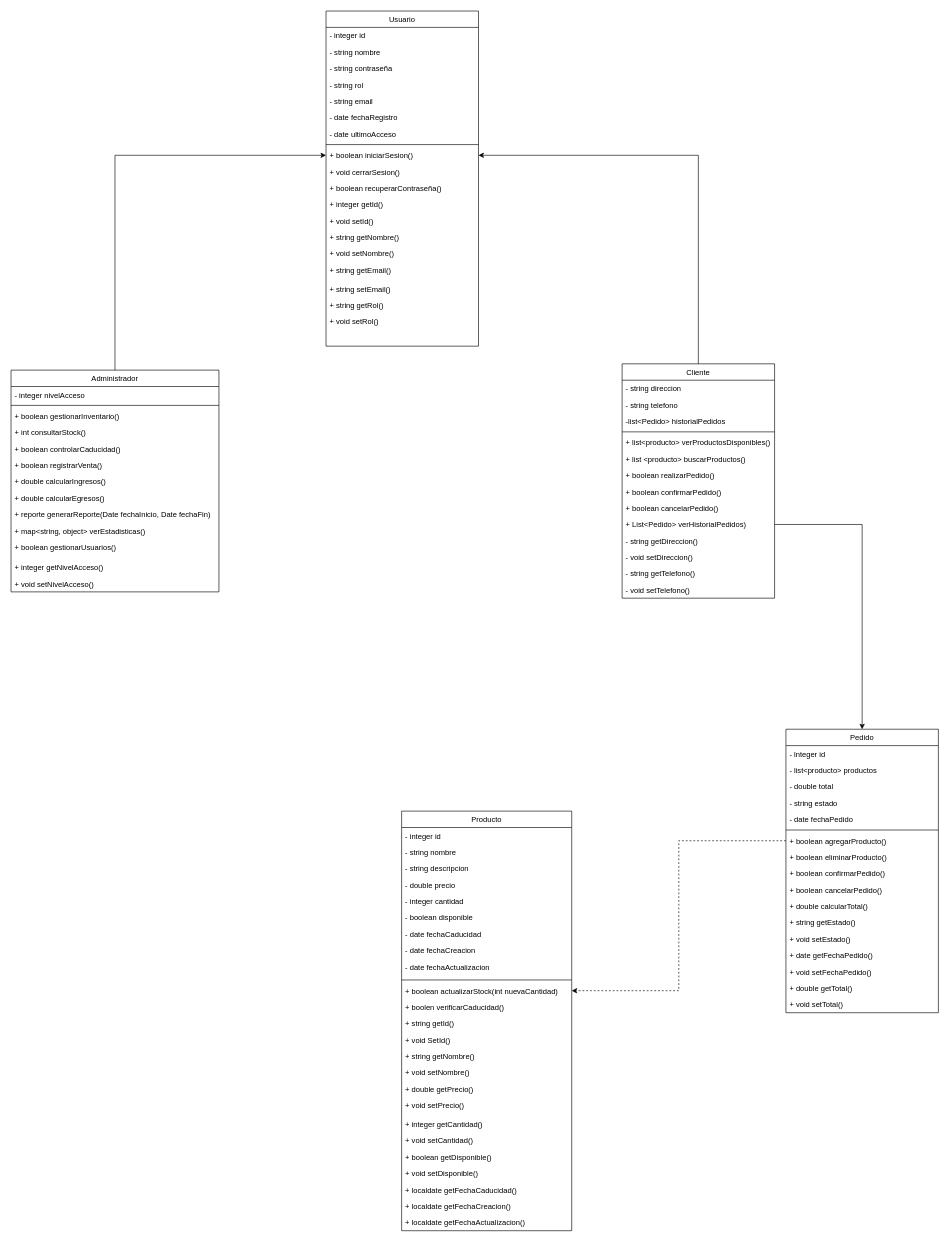
Before: UML.drawio in Ash-code12/Proyecto, a draw.io diagram. Source tidied: cells renumbered, new cells numbered last; positions are measured from the earlier drawing's top-left corner, leaving out a move shared by most shapes. Both pictures are drawn from the tidied source at 63%, with x=0, y=0 at pixel (11, 11).
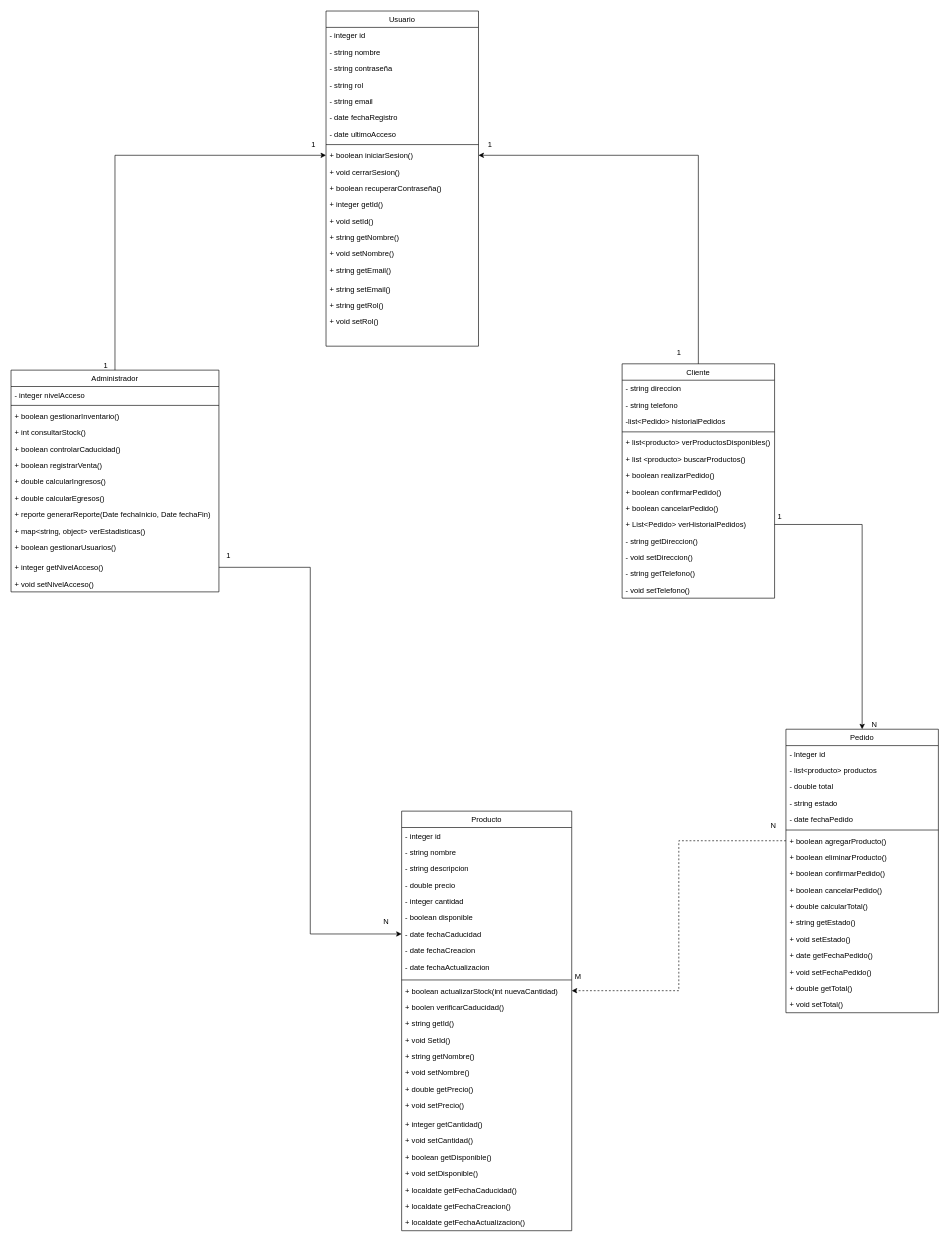
Above is the later version.

The change refers to these unchanged cells:
```xml
<mxCell id="49" value="+ integer getNivelAcceso()" style="text;align=left;verticalAlign=top;spacingLeft=4;spacingRight=4;overflow=hidden;points=[[0,0.5],[1,0.5]];portConstraint=eastwest;" parent="37" vertex="1">
  <mxGeometry y="300" width="330" height="26" as="geometry" />
</mxCell>
<mxCell id="58" value="- date fechaCaducidad" style="text;align=left;verticalAlign=top;spacingLeft=4;spacingRight=4;overflow=hidden;points=[[0,0.5],[1,0.5]];portConstraint=eastwest;" parent="51" vertex="1">
  <mxGeometry y="182" width="270" height="26" as="geometry" />
</mxCell>
```

The edit, as a diff of the source:
```diff
@@
+    <mxCell id="99" value="1" style="text;html=1;align=center;verticalAlign=middle;strokeColor=none;fillColor=none;" parent="1" vertex="1">
+      <mxGeometry x="465" y="198" width="30" height="30" as="geometry" />
+    </mxCell>
+    <mxCell id="100" value="1" style="text;html=1;align=center;verticalAlign=middle;strokeColor=none;fillColor=none;" parent="1" vertex="1">
+      <mxGeometry x="135" y="548" width="30" height="30" as="geometry" />
+    </mxCell>
+    <mxCell id="101" value="1" style="text;html=1;align=center;verticalAlign=middle;strokeColor=none;fillColor=none;" parent="1" vertex="1">
+      <mxGeometry x="745" y="198" width="30" height="30" as="geometry" />
+    </mxCell>
+    <mxCell id="102" value="1" style="text;html=1;align=center;verticalAlign=middle;strokeColor=none;fillColor=none;" parent="1" vertex="1">
+      <mxGeometry x="1045" y="528" width="30" height="30" as="geometry" />
+    </mxCell>
+    <mxCell id="103" value="1" style="text;html=1;align=center;verticalAlign=middle;strokeColor=none;fillColor=none;" parent="1" vertex="1">
+      <mxGeometry x="1205" y="788" width="30" height="30" as="geometry" />
+    </mxCell>
+    <mxCell id="104" value="N" style="text;html=1;align=center;verticalAlign=middle;strokeColor=none;fillColor=none;" parent="1" vertex="1">
+      <mxGeometry x="1355" y="1118" width="30" height="30" as="geometry" />
+    </mxCell>
+    <mxCell id="105" value="N" style="text;html=1;align=center;verticalAlign=middle;strokeColor=none;fillColor=none;" parent="1" vertex="1">
+      <mxGeometry x="1195" y="1278" width="30" height="30" as="geometry" />
+    </mxCell>
+    <mxCell id="106" value="M" style="text;html=1;align=center;verticalAlign=middle;strokeColor=none;fillColor=none;" parent="1" vertex="1">
+      <mxGeometry x="885" y="1518" width="30" height="30" as="geometry" />
+    </mxCell>
+    <mxCell id="107" style="endArrow=classic;html=1;rounded=0;entryX=0;entryY=0.5;entryDx=0;entryDy=0;exitX=1;exitY=0.5;exitDx=0;exitDy=0;edgeStyle=orthogonalEdgeStyle;" parent="1" edge="1" source="49" target="58">
+      <mxGeometry relative="1" as="geometry" />
+    </mxCell>
+    <mxCell id="108" value="1" style="text;html=1;align=center;verticalAlign=middle;strokeColor=none;fillColor=none;" parent="1" vertex="1">
+      <mxGeometry x="330" y="850" width="30" height="30" as="geometry" />
+    </mxCell>
+    <mxCell id="109" value="N" style="text;html=1;align=center;verticalAlign=middle;strokeColor=none;fillColor=none;" parent="1" vertex="1">
+      <mxGeometry x="580" y="1430" width="30" height="30" as="geometry" />
+    </mxCell>
```
